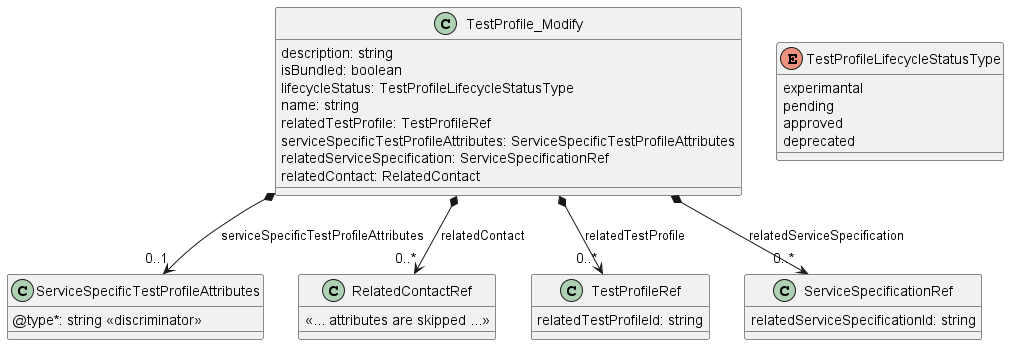
Before: documentation/serviceApi/sft/serviceTest/media/useCase4PatchModel.png, a diagram exported from PlantUML (MEF-GIT/MEF-LSO-Legato-SDK). Source of this version:
```plantuml
@startuml useCase4PatchModel

class TestProfile_Modify {

    description: string
    isBundled: boolean
    lifecycleStatus: TestProfileLifecycleStatusType
    name: string
    relatedTestProfile: TestProfileRef
    serviceSpecificTestProfileAttributes: ServiceSpecificTestProfileAttributes
    relatedServiceSpecification: ServiceSpecificationRef
    relatedContact: RelatedContact
}

enum TestProfileLifecycleStatusType {
    experimantal
    pending
    approved
    deprecated
}

class ServiceSpecificTestProfileAttributes {
    @type*: string <<discriminator>>
}

class RelatedContactRef {
    <<... attributes are skipped ...>>
}

class TestProfileRef {
    relatedTestProfileId: string
}

class ServiceSpecificationRef {
        relatedServiceSpecificationId: string
}

TestProfile_Modify *-->"0..1" ServiceSpecificTestProfileAttributes : serviceSpecificTestProfileAttributes
TestProfile_Modify *-->"0..*" TestProfileRef : relatedTestProfile
TestProfile_Modify *-->"0..*" ServiceSpecificationRef : relatedServiceSpecification
TestProfile_Modify *-->"0..*" RelatedContactRef : relatedContact

@enduml
```
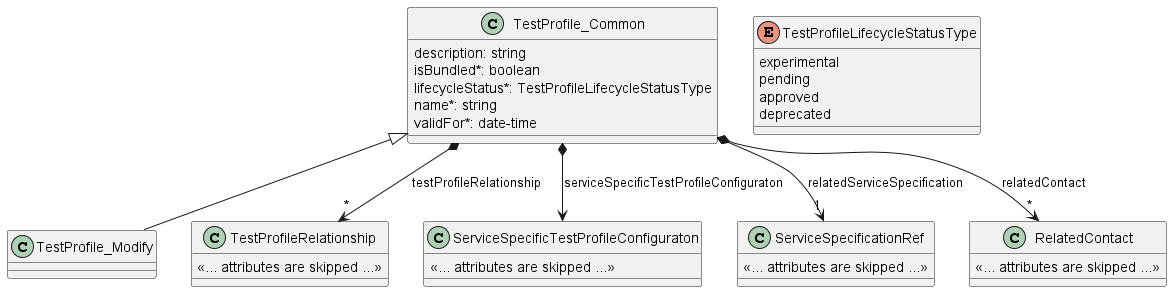
The same file after the commit.

Change to the diagram source:
```diff
@@ -2,42 +2,48 @@
 
 class TestProfile_Modify {
 
+}
+TestProfile_Common <|-- TestProfile_Modify
+
+class TestProfile_Common {
+
     description: string
-    isBundled: boolean
-    lifecycleStatus: TestProfileLifecycleStatusType
-    name: string
-    relatedTestProfile: TestProfileRef
-    serviceSpecificTestProfileAttributes: ServiceSpecificTestProfileAttributes
-    relatedServiceSpecification: ServiceSpecificationRef
-    relatedContact: RelatedContact
+    isBundled*: boolean
+    lifecycleStatus*: TestProfileLifecycleStatusType
+    name*: string
+    validFor*: date-time
 }
 
+TestProfile_Common *-->"*" TestProfileRelationship : testProfileRelationship
+TestProfile_Common *--> ServiceSpecificTestProfileConfiguraton : serviceSpecificTestProfileConfiguraton
+TestProfile_Common *-->"1" ServiceSpecificationRef : relatedServiceSpecification
+TestProfile_Common *-->"*" RelatedContact : relatedContact
+
 enum TestProfileLifecycleStatusType {
-    experimantal
+
+    experimental
     pending
     approved
     deprecated
 }
 
-class ServiceSpecificTestProfileAttributes {
-    @type*: string <<discriminator>>
-}
+class TestProfileRelationship {
 
-class RelatedContactRef {
     <<... attributes are skipped ...>>
 }
 
-class TestProfileRef {
-    relatedTestProfileId: string
+class ServiceSpecificTestProfileConfiguraton {
+
+    <<... attributes are skipped ...>>
 }
 
 class ServiceSpecificationRef {
-        relatedServiceSpecificationId: string
+
+    <<... attributes are skipped ...>>
 }
 
-TestProfile_Modify *-->"0..1" ServiceSpecificTestProfileAttributes : serviceSpecificTestProfileAttributes
-TestProfile_Modify *-->"0..*" TestProfileRef : relatedTestProfile
-TestProfile_Modify *-->"0..*" ServiceSpecificationRef : relatedServiceSpecification
-TestProfile_Modify *-->"0..*" RelatedContactRef : relatedContact
+class RelatedContact {
 
+    <<... attributes are skipped ...>>
+}
 @enduml
```
